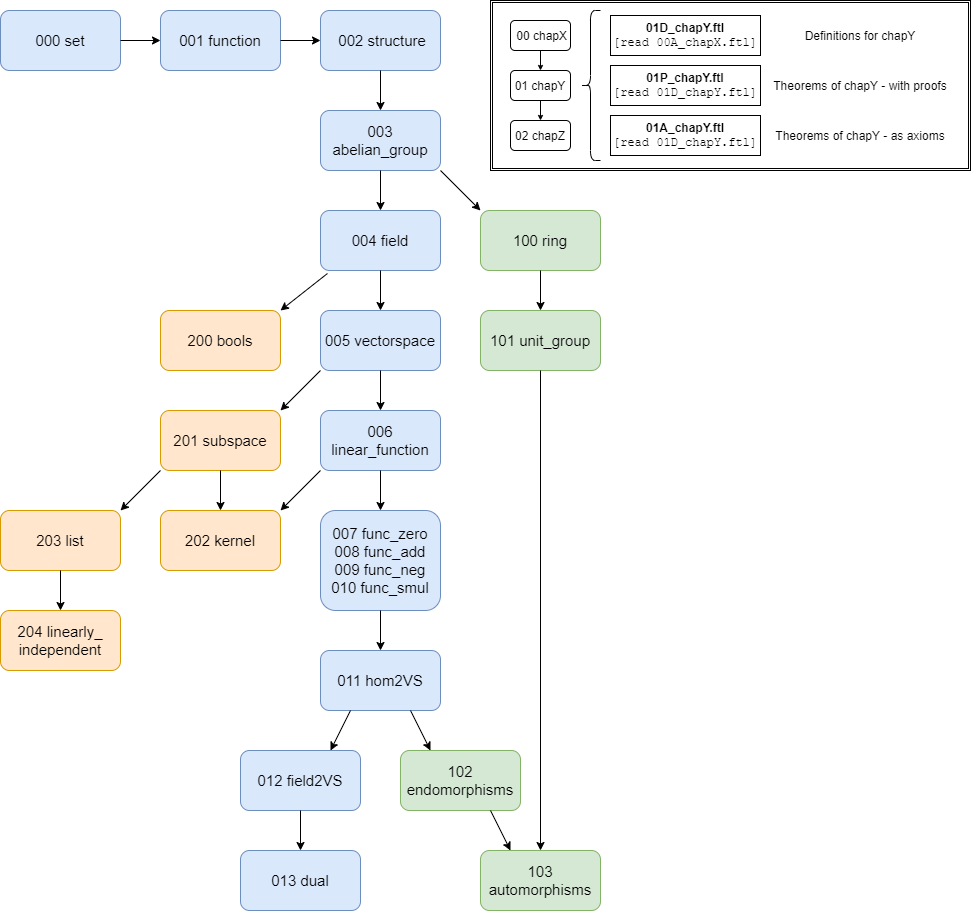
This is data_structuring.png from Felix-Thiele/Lin-Algebra-Formalization-FTL, a draw.io export, as it was before one commit. Source tidied: cells renumbered, new cells last; positions are measured from the earlier drawing's top-left corner, leaving out a move shared by most shapes.
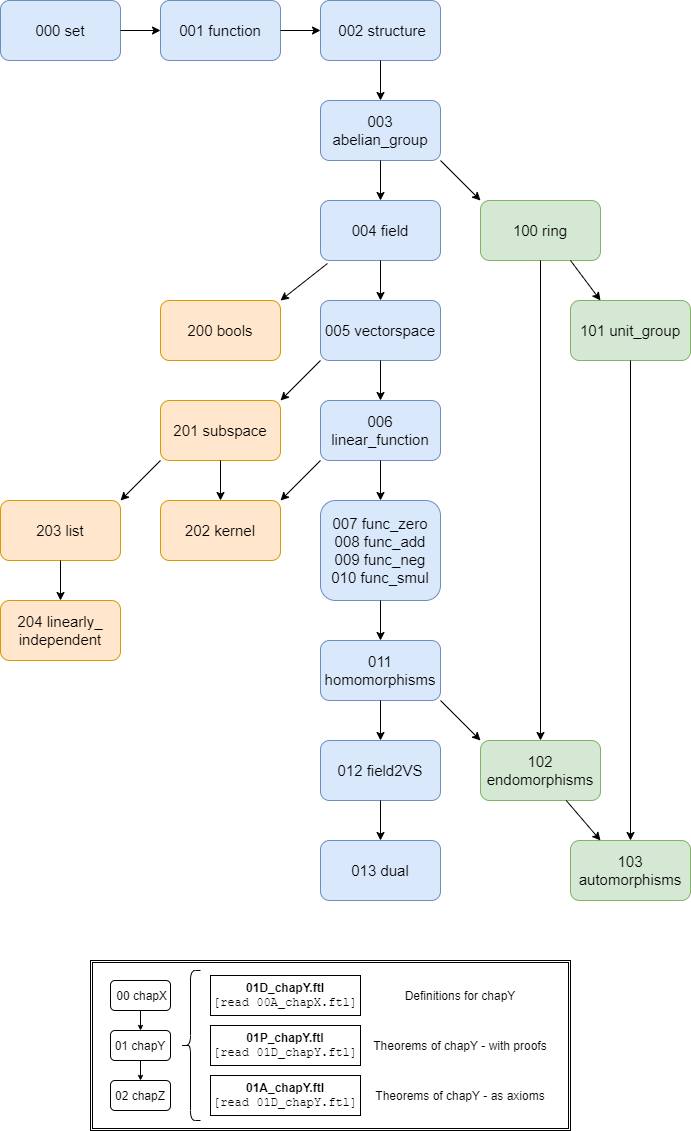
After the commit.

Diff of the diagram source:
```diff
@@ -41,7 +41,7 @@
     <mxCell id="14" value="007 func_zero&lt;br style=&quot;font-size: 15px&quot;&gt;008 func_add&lt;br style=&quot;font-size: 15px&quot;&gt;009 func_neg&lt;br style=&quot;font-size: 15px&quot;&gt;010 func_smul" style="rounded=1;whiteSpace=wrap;html=1;fontSize=15;fillColor=#dae8fc;strokeColor=#6c8ebf;" parent="1" vertex="1">
       <mxGeometry x="320" y="510" width="120" height="100" as="geometry" />
     </mxCell>
-    <mxCell id="15" value="011 hom2VS" style="rounded=1;whiteSpace=wrap;html=1;fontSize=15;fillColor=#dae8fc;strokeColor=#6c8ebf;" parent="1" vertex="1">
+    <mxCell id="15" value="011 homomorphisms" style="rounded=1;whiteSpace=wrap;html=1;fontSize=15;fillColor=#dae8fc;strokeColor=#6c8ebf;" parent="1" vertex="1">
       <mxGeometry x="320" y="650" width="120" height="60" as="geometry" />
     </mxCell>
     <mxCell id="16" style="endArrow=classic;html=1;fontSize=15;exitX=0.5;exitY=1;exitDx=0;exitDy=0;entryX=0.5;entryY=0;entryDx=0;entryDy=0;" parent="1" edge="1" source="13" target="14">
@@ -51,7 +51,7 @@
       <mxGeometry relative="1" as="geometry" />
     </mxCell>
     <mxCell id="18" value="013 dual" style="rounded=1;whiteSpace=wrap;html=1;fontSize=15;fillColor=#dae8fc;strokeColor=#6c8ebf;" parent="1" vertex="1">
-      <mxGeometry x="240" y="850" width="120" height="60" as="geometry" />
+      <mxGeometry x="320" y="850" width="120" height="60" as="geometry" />
     </mxCell>
     <mxCell id="19" style="endArrow=classic;html=1;fontSize=15;exitX=0.5;exitY=1;exitDx=0;exitDy=0;entryX=0.5;entryY=0;entryDx=0;entryDy=0;" parent="1" edge="1" source="9" target="13">
       <mxGeometry relative="1" as="geometry" />
@@ -63,9 +63,9 @@
       <mxGeometry relative="1" as="geometry" />
     </mxCell>
     <mxCell id="22" value="012 field2VS" style="rounded=1;whiteSpace=wrap;html=1;fontSize=15;fillColor=#dae8fc;strokeColor=#6c8ebf;" parent="1" vertex="1">
-      <mxGeometry x="240" y="750" width="120" height="60" as="geometry" />
+      <mxGeometry x="320" y="750" width="120" height="60" as="geometry" />
     </mxCell>
-    <mxCell id="23" style="endArrow=classic;html=1;fontSize=15;exitX=0.25;exitY=1;exitDx=0;exitDy=0;entryX=0.75;entryY=0;entryDx=0;entryDy=0;" parent="1" edge="1" source="15" target="22">
+    <mxCell id="23" style="endArrow=classic;html=1;fontSize=15;exitX=0.5;exitY=1;exitDx=0;exitDy=0;entryX=0.5;entryY=0;entryDx=0;entryDy=0;" parent="1" edge="1" source="15" target="22">
       <mxGeometry relative="1" as="geometry" />
     </mxCell>
     <mxCell id="24" style="endArrow=classic;html=1;fontSize=15;exitX=0.5;exitY=1;exitDx=0;exitDy=0;entryX=0.5;entryY=0;entryDx=0;entryDy=0;" parent="1" edge="1" source="22" target="18">
@@ -78,15 +78,15 @@
       <mxGeometry relative="1" as="geometry" />
     </mxCell>
     <mxCell id="27" value="101 unit_group" style="rounded=1;whiteSpace=wrap;html=1;fontSize=15;fillColor=#d5e8d4;strokeColor=#82b366;" parent="1" vertex="1">
-      <mxGeometry x="480" y="310" width="120" height="60" as="geometry" />
+      <mxGeometry x="570" y="310" width="120" height="60" as="geometry" />
     </mxCell>
-    <mxCell id="28" style="endArrow=classic;html=1;fontSize=15;exitX=0.5;exitY=1;exitDx=0;exitDy=0;entryX=0.5;entryY=0;entryDx=0;entryDy=0;" parent="1" edge="1" source="20" target="27">
+    <mxCell id="28" style="endArrow=classic;html=1;fontSize=15;entryX=0.25;entryY=0;entryDx=0;entryDy=0;exitX=0.75;exitY=1;exitDx=0;exitDy=0;" parent="1" edge="1" source="20" target="27">
       <mxGeometry relative="1" as="geometry" />
     </mxCell>
     <mxCell id="29" value="102 endomorphisms" style="rounded=1;whiteSpace=wrap;html=1;fontSize=15;fillColor=#d5e8d4;strokeColor=#82b366;" parent="1" vertex="1">
-      <mxGeometry x="400" y="750" width="120" height="60" as="geometry" />
+      <mxGeometry x="480" y="750" width="120" height="60" as="geometry" />
     </mxCell>
-    <mxCell id="30" style="endArrow=classic;html=1;fontSize=15;entryX=0.25;entryY=0;entryDx=0;entryDy=0;exitX=0.75;exitY=1;exitDx=0;exitDy=0;" parent="1" edge="1" source="15" target="29">
+    <mxCell id="30" style="endArrow=classic;html=1;fontSize=15;entryX=0;entryY=0;entryDx=0;entryDy=0;exitX=1;exitY=1;exitDx=0;exitDy=0;" parent="1" edge="1" source="15" target="29">
       <mxGeometry relative="1" as="geometry" />
     </mxCell>
     <mxCell id="31" value="201 subspace" style="rounded=1;whiteSpace=wrap;html=1;fontSize=15;fillColor=#ffe6cc;strokeColor=#d79b00;" parent="1" vertex="1">
@@ -117,16 +117,16 @@
       <mxGeometry relative="1" as="geometry" />
     </mxCell>
     <mxCell id="40" value="103 automorphisms" style="rounded=1;whiteSpace=wrap;html=1;fontSize=15;fillColor=#d5e8d4;strokeColor=#82b366;" parent="1" vertex="1">
-      <mxGeometry x="480" y="850" width="120" height="60" as="geometry" />
+      <mxGeometry x="570" y="850" width="120" height="60" as="geometry" />
     </mxCell>
     <mxCell id="41" style="endArrow=classic;html=1;fontSize=15;exitX=0.5;exitY=1;exitDx=0;exitDy=0;entryX=0.5;entryY=0;entryDx=0;entryDy=0;" parent="1" edge="1" source="27" target="40">
       <mxGeometry relative="1" as="geometry" />
     </mxCell>
-    <mxCell id="42" style="endArrow=classic;html=1;fontSize=15;exitX=0.75;exitY=1;exitDx=0;exitDy=0;entryX=0.25;entryY=0;entryDx=0;entryDy=0;" parent="1" edge="1" source="29" target="40">
+    <mxCell id="42" style="endArrow=classic;html=1;fontSize=15;entryX=0.25;entryY=0;entryDx=0;entryDy=0;" parent="1" edge="1" source="29" target="40">
       <mxGeometry relative="1" as="geometry" />
     </mxCell>
     <mxCell id="43" style="group;" parent="1" vertex="1">
-      <mxGeometry x="490" width="480" height="170" as="geometry" />
+      <mxGeometry x="90" y="970" width="480" height="170" as="geometry" />
     </mxCell>
     <mxCell id="44" style="shape=ext;double=1;rounded=0;whiteSpace=wrap;html=1;fillColor=none;" parent="43" vertex="1">
       <mxGeometry width="480" height="170" as="geometry" />
@@ -167,5 +167,8 @@
     <mxCell id="56" value="&lt;span style=&quot;font-weight: normal&quot;&gt;Theorems of chapY - as axioms&lt;/span&gt;" style="rounded=0;whiteSpace=wrap;html=1;fontStyle=1;strokeColor=none;" parent="43" vertex="1">
       <mxGeometry x="280" y="115" width="180" height="40" as="geometry" />
     </mxCell>
+    <mxCell id="57" style="endArrow=classic;html=1;exitX=0.5;exitY=1;exitDx=0;exitDy=0;entryX=0.5;entryY=0;entryDx=0;entryDy=0;" parent="1" edge="1" source="20" target="29">
+      <mxGeometry relative="1" as="geometry" />
+    </mxCell>
   </root>
 </mxGraphModel>
```
